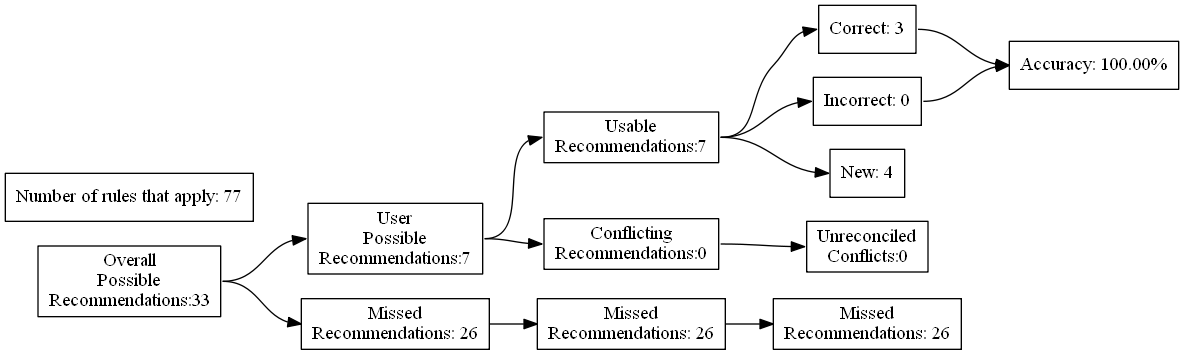
This is test_renders/7.gv.png from ZaxR/ibd_diet_analysis, a Graphviz export, as it was before one commit. Its source is kept beside it as test_renders/7.gv.
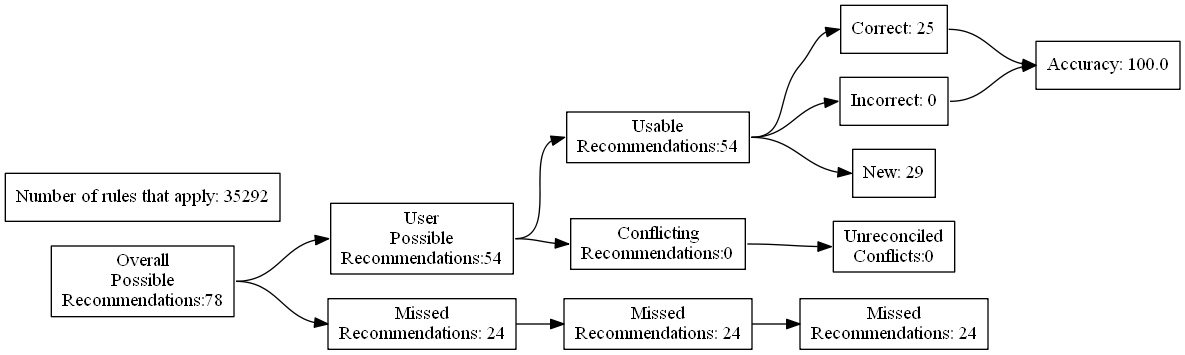
Above is the later version.

What changed in the source:
```diff
@@ -4,27 +4,27 @@
 	edge [headport=w tailport=e]
 		A [label="Overall
 Possible
-Recommendations:33"]
+Recommendations:78"]
 		B [label="User
 Possible
-Recommendations:7"]
+Recommendations:54"]
 		C [label="Missed
-Recommendations: 26"]
+Recommendations: 24"]
 		D [label="Usable
-Recommendations:7"]
+Recommendations:54"]
 		E [label="Conflicting
 Recommendations:0"]
 		J [label="Missed
-Recommendations: 26"]
+Recommendations: 24"]
 		M [label="Unreconciled
 Conflicts:0"]
-		F [label="Correct: 3"]
+		F [label="Correct: 25"]
 		G [label="Incorrect: 0"]
-		H [label="New: 4"]
+		H [label="New: 29"]
 		K [label="Missed
-Recommendations: 26"]
-		I [label="Accuracy: 100.00%"]
-		l [label="Number of rules that apply: 77"]
+Recommendations: 24"]
+		I [label="Accuracy: 100.0"]
+		l [label="Number of rules that apply: 35292"]
 			A -> B
 			A -> C
 			B -> D
```
